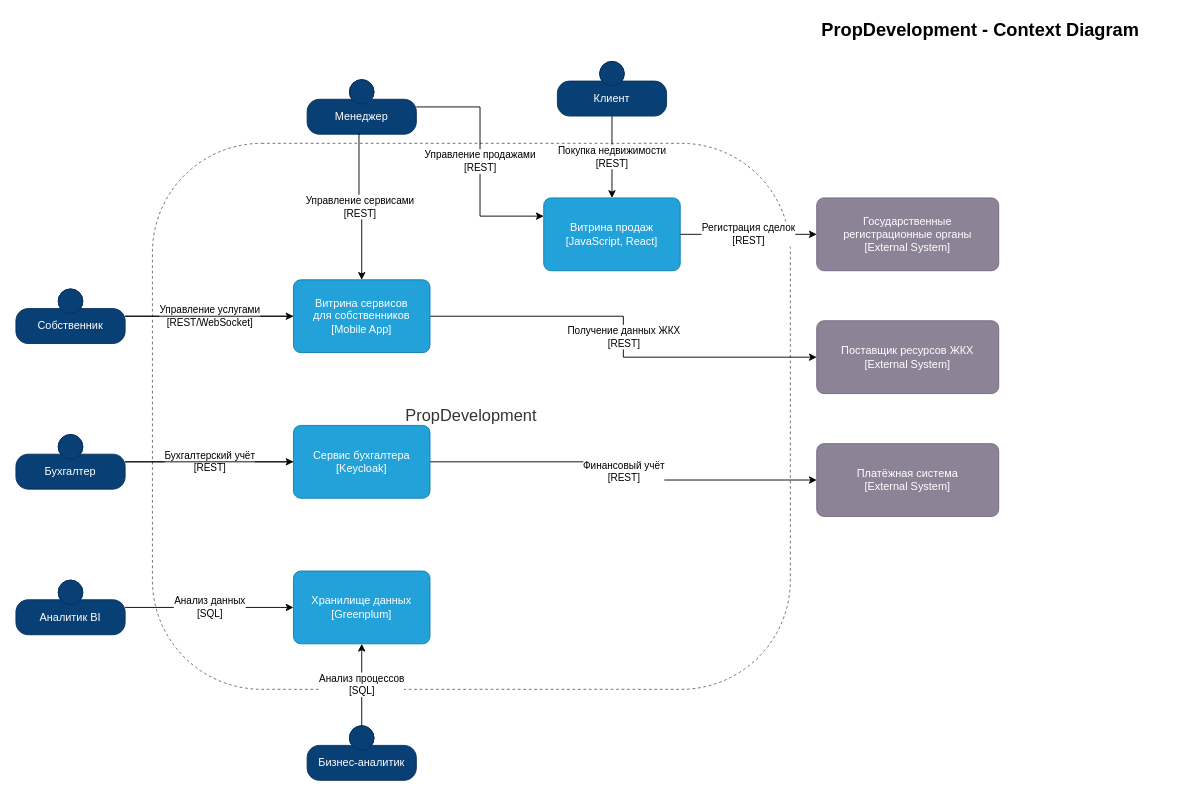
practicumstudent2025/architecture-propdevelopment keeps this draw.io diagram as Task3/propdevelopment_context_diagram.drawio. Above is the earlier version. Source tidied: cells renumbered, new cells numbered last; positions are measured from the earlier drawing's top-left corner, leaving out a move shared by most shapes. Both pictures are drawn from the tidied source at 91%, with x=0, y=0 at pixel (15, 15).
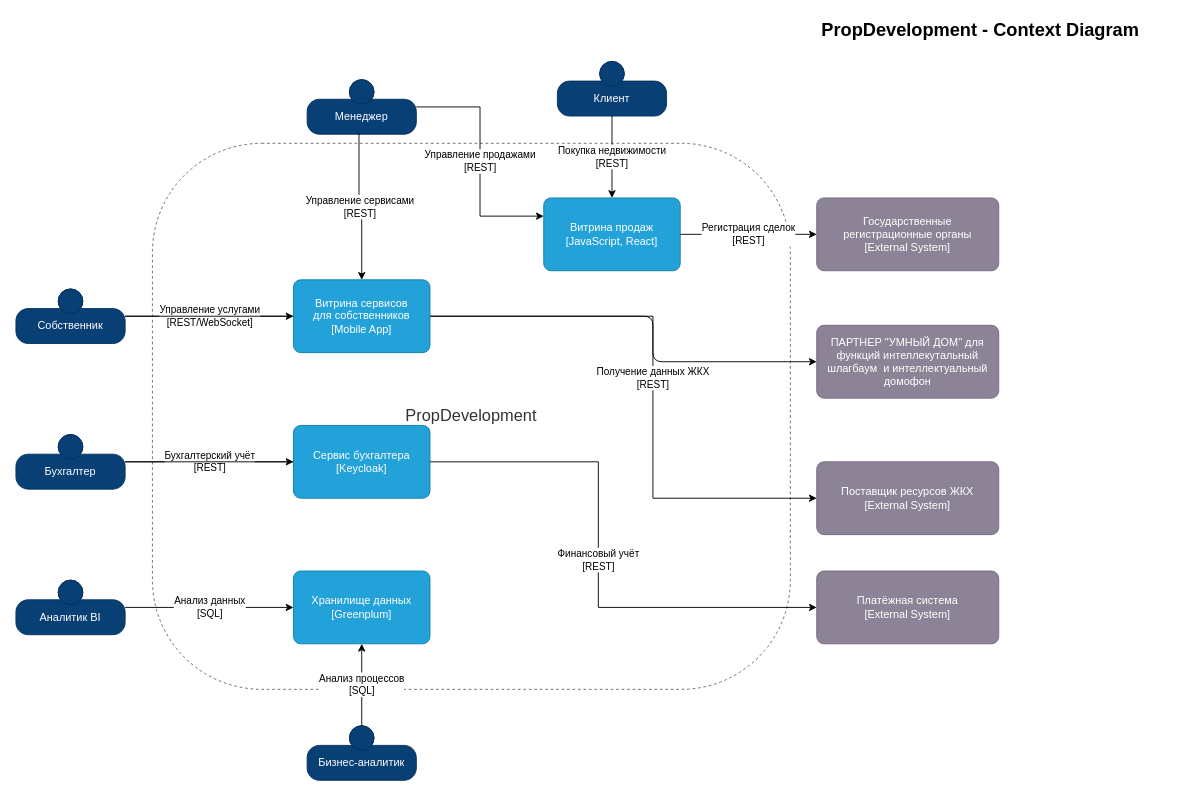
Above is the later version.

Commit message:
Добавлен ПАРТНЕР "УМНЫЙ ДОМ" для функций интеллектуальный шлагбаум и интеллектуальный домофон

Unchanged cells that the change refers to:
```xml
<mxCell id="26" value="Витрина сервисов&#10;для собственников&#10;[Mobile App]" style="rounded=1;whiteSpace=wrap;html=1;labelBackgroundColor=none;fillColor=#23A2D9;fontColor=#ffffff;align=center;arcSize=10;strokeColor=#0E7DAD;" parent="1" vertex="1">
  <mxGeometry x="305" y="290" width="150" height="80" as="geometry" />
</mxCell>
<mxCell id="28" value="Сервис бухгалтера&#10;[Keycloak]" style="rounded=1;whiteSpace=wrap;html=1;labelBackgroundColor=none;fillColor=#23A2D9;fontColor=#ffffff;align=center;arcSize=10;strokeColor=#0E7DAD;" parent="1" vertex="1">
  <mxGeometry x="305" y="450" width="150" height="80" as="geometry" />
</mxCell>
```

What changed in the source:
```diff
@@
     <mxCell id="12" value="Поставщик ресурсов ЖКХ&#10;[External System]" style="rounded=1;whiteSpace=wrap;html=1;labelBackgroundColor=none;fillColor=#8C8496;fontColor=#ffffff;align=center;arcSize=10;strokeColor=#736782;" parent="1" vertex="1">
-      <mxGeometry x="880" y="335" width="200" height="80" as="geometry" />
+      <mxGeometry x="880" y="490" width="200" height="80" as="geometry" />
     </mxCell>
     <mxCell id="13" value="Платёжная система&#10;[External System]" style="rounded=1;whiteSpace=wrap;html=1;labelBackgroundColor=none;fillColor=#8C8496;fontColor=#ffffff;align=center;arcSize=10;strokeColor=#736782;" parent="1" vertex="1">
-      <mxGeometry x="880" y="470" width="200" height="80" as="geometry" />
+      <mxGeometry x="880" y="610" width="200" height="80" as="geometry" />
     </mxCell>
@@
     <mxCell id="22" value="Получение данных ЖКХ&#10;[REST]" style="edgeStyle=orthogonalEdgeStyle;rounded=0;jettySize=auto;html=1;" parent="1" edge="1" source="26" target="12">
-      <mxGeometry relative="1" as="geometry" />
+      <mxGeometry relative="1" as="geometry">
+        <Array as="points">
+          <mxPoint x="700" y="330" />
+          <mxPoint x="700" y="530" />
+        </Array>
+      </mxGeometry>
     </mxCell>
     <mxCell id="23" value="Финансовый учёт&#10;[REST]" style="edgeStyle=orthogonalEdgeStyle;rounded=0;jettySize=auto;html=1;startArrow=none;" parent="1" edge="1" source="28" target="13">
-      <mxGeometry relative="1" as="geometry" />
+      <mxGeometry relative="1" as="geometry">
+        <Array as="points">
+          <mxPoint x="640" y="490" />
+          <mxPoint x="640" y="650" />
+        </Array>
+      </mxGeometry>
     </mxCell>
@@
+    <mxCell id="29" style="edgeStyle=none;html=1;" parent="1" edge="1" source="26" target="30">
+      <mxGeometry relative="1" as="geometry">
+        <Array as="points">
+          <mxPoint x="700" y="330" />
+          <mxPoint x="700" y="380" />
+        </Array>
+      </mxGeometry>
+    </mxCell>
@@
+    <mxCell id="30" value="ПАРТНЕР &quot;УМНЫЙ ДОМ&quot; для функций интеллекутальный шлагбаум&amp;nbsp; и интеллектуальный домофон" style="rounded=1;whiteSpace=wrap;html=1;labelBackgroundColor=none;fillColor=#8C8496;fontColor=#ffffff;align=center;arcSize=10;strokeColor=#736782;" parent="1" vertex="1">
+      <mxGeometry x="880" y="340" width="200" height="80" as="geometry" />
+    </mxCell>
```
